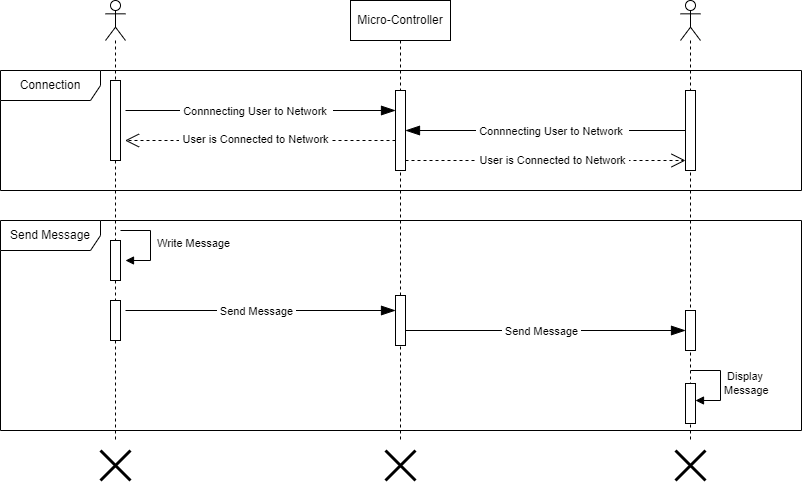
Earlier version of the draw.io export Figures/Sequence Diagram/Images/Sending Message.png (imharris24/AndroCom-Android). Source tidied: cells renumbered, new cells last; positions are measured from the earlier drawing's top-left corner, leaving out a move shared by most shapes.
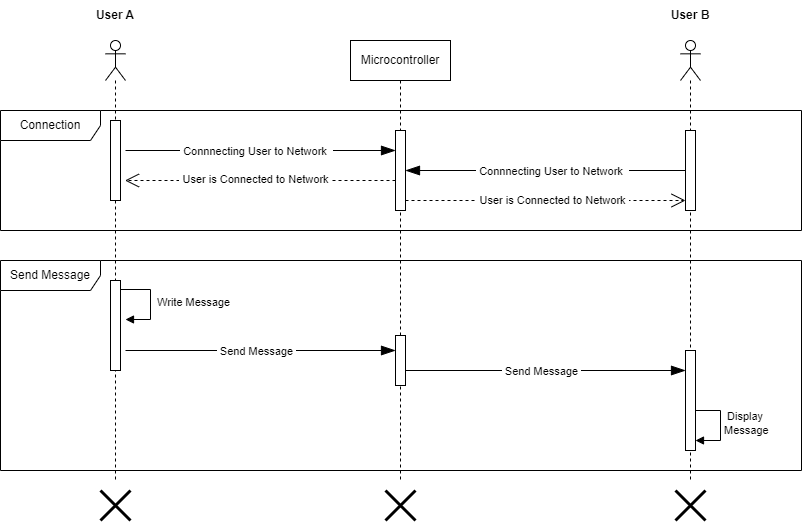
Later version of the same file.

What changed in the source:
```diff
@@ -2,7 +2,7 @@
   <root>
     <mxCell id="0" />
     <mxCell id="1" parent="0" />
-    <mxCell id="2" value="Micro-Controller" style="shape=umlLifeline;perimeter=lifelinePerimeter;whiteSpace=wrap;html=1;newEdgeStyle={&quot;edgeStyle&quot;:&quot;elbowEdgeStyle&quot;,&quot;elbow&quot;:&quot;vertical&quot;,&quot;curved&quot;:0,&quot;rounded&quot;:0};" parent="1" vertex="1">
+    <mxCell id="2" value="Microcontroller" style="shape=umlLifeline;perimeter=lifelinePerimeter;whiteSpace=wrap;html=1;newEdgeStyle={&quot;edgeStyle&quot;:&quot;elbowEdgeStyle&quot;,&quot;elbow&quot;:&quot;vertical&quot;,&quot;curved&quot;:0,&quot;rounded&quot;:0};" parent="1" vertex="1">
       <mxGeometry x="350" width="100" height="440" as="geometry" />
     </mxCell>
     <mxCell id="3" style="html=1;perimeter=orthogonalPerimeter;targetShapes=umlLifeline;newEdgeStyle={&quot;curved&quot;:0,&quot;rounded&quot;:0};" parent="2" vertex="1">
@@ -15,11 +15,8 @@
       <mxGeometry x="5" y="80" width="10" height="80" as="geometry" />
     </mxCell>
     <mxCell id="6" style="html=1;perimeter=orthogonalPerimeter;targetShapes=umlLifeline;newEdgeStyle={&quot;curved&quot;:0,&quot;rounded&quot;:0};" parent="4" vertex="1">
-      <mxGeometry x="5" y="240" width="10" height="40" as="geometry" />
+      <mxGeometry x="5" y="240" width="10" height="90" as="geometry" />
     </mxCell>
-    <mxCell id="7" style="html=1;perimeter=orthogonalPerimeter;targetShapes=umlLifeline;newEdgeStyle={&quot;curved&quot;:0,&quot;rounded&quot;:0};" parent="4" vertex="1">
-      <mxGeometry x="5" y="300" width="10" height="40" as="geometry" />
-    </mxCell>
     <mxCell id="8" style="shape=umlDestroy;whiteSpace=wrap;html=1;strokeWidth=3;targetShapes=umlLifeline;" parent="1" vertex="1">
       <mxGeometry x="100" y="450" width="30" height="30" as="geometry" />
     </mxCell>
@@ -29,23 +26,21 @@
     <mxCell id="10" style="shape=umlLifeline;perimeter=lifelinePerimeter;whiteSpace=wrap;html=1;newEdgeStyle={&quot;curved&quot;:0,&quot;rounded&quot;:0};participant=umlActor;" parent="1" vertex="1">
       <mxGeometry x="680" width="20" height="440" as="geometry" />
     </mxCell>
+    <mxCell id="14" value="&amp;nbsp;Display &lt;br&gt;Message&amp;nbsp;" style="html=1;align=left;spacingLeft=2;endArrow=block;rounded=0;edgeStyle=orthogonalEdgeStyle;curved=0;rounded=0;" parent="10" edge="1">
+      <mxGeometry relative="1" as="geometry">
+        <mxPoint x="10" y="370" as="sourcePoint" />
+        <mxPoint x="15" y="400" as="targetPoint" />
+        <Array as="points">
+          <mxPoint x="40" y="400" />
+        </Array>
+      </mxGeometry>
+    </mxCell>
     <mxCell id="11" style="html=1;points=[[0,0,0,0,5],[0,1,0,0,-5],[1,0,0,0,5],[1,1,0,0,-5]];perimeter=orthogonalPerimeter;outlineConnect=0;targetShapes=umlLifeline;portConstraint=eastwest;newEdgeStyle={&quot;curved&quot;:0,&quot;rounded&quot;:0};" parent="10" vertex="1">
       <mxGeometry x="5" y="90" width="10" height="80" as="geometry" />
     </mxCell>
     <mxCell id="12" style="html=1;points=[[0,0,0,0,5],[0,1,0,0,-5],[1,0,0,0,5],[1,1,0,0,-5]];perimeter=orthogonalPerimeter;outlineConnect=0;targetShapes=umlLifeline;portConstraint=eastwest;newEdgeStyle={&quot;curved&quot;:0,&quot;rounded&quot;:0};" parent="10" vertex="1">
-      <mxGeometry x="5" y="310" width="10" height="40" as="geometry" />
+      <mxGeometry x="5" y="310" width="10" height="100" as="geometry" />
     </mxCell>
-    <mxCell id="13" style="html=1;points=[[0,0,0,0,5],[0,1,0,0,-5],[1,0,0,0,5],[1,1,0,0,-5]];perimeter=orthogonalPerimeter;outlineConnect=0;targetShapes=umlLifeline;portConstraint=eastwest;newEdgeStyle={&quot;curved&quot;:0,&quot;rounded&quot;:0};" parent="10" vertex="1">
-      <mxGeometry x="5" y="383" width="10" height="40" as="geometry" />
-    </mxCell>
-    <mxCell id="14" value="&amp;nbsp;Display &lt;br&gt;Message&amp;nbsp;" style="html=1;align=left;spacingLeft=2;endArrow=block;rounded=0;edgeStyle=orthogonalEdgeStyle;curved=0;rounded=0;" parent="10" edge="1" target="13">
-      <mxGeometry relative="1" as="geometry">
-        <mxPoint x="10" y="370" as="sourcePoint" />
-        <Array as="points">
-          <mxPoint x="40" y="400" />
-        </Array>
-      </mxGeometry>
-    </mxCell>
     <mxCell id="15" style="shape=umlDestroy;whiteSpace=wrap;html=1;strokeWidth=3;targetShapes=umlLifeline;" parent="1" vertex="1">
       <mxGeometry x="675" y="450" width="30" height="30" as="geometry" />
     </mxCell>
@@ -109,10 +104,10 @@
     </mxCell>
     <mxCell id="28" value="&amp;nbsp;Write Message" style="html=1;align=left;spacingLeft=2;endArrow=block;rounded=0;edgeStyle=orthogonalEdgeStyle;curved=0;rounded=0;" parent="1" edge="1">
       <mxGeometry relative="1" as="geometry">
-        <mxPoint x="120" y="230" as="sourcePoint" />
-        <mxPoint x="125" y="260" as="targetPoint" />
+        <mxPoint x="120" y="249" as="sourcePoint" />
+        <mxPoint x="125" y="279" as="targetPoint" />
         <Array as="points">
-          <mxPoint x="150" y="260" />
+          <mxPoint x="150" y="279" />
         </Array>
       </mxGeometry>
     </mxCell>
@@ -129,5 +124,11 @@
     <mxCell id="31" value="Send Message" style="shape=umlFrame;whiteSpace=wrap;html=1;width=100;height=30;" parent="1" vertex="1">
       <mxGeometry y="220" width="801" height="210" as="geometry" />
     </mxCell>
+    <mxCell id="32" value="&lt;b style=&quot;border-color: var(--border-color);&quot;&gt;User A&lt;/b&gt;" style="text;html=1;strokeColor=none;fillColor=none;align=center;verticalAlign=middle;whiteSpace=wrap;rounded=0;" parent="1" vertex="1">
+      <mxGeometry x="85" y="-40" width="60" height="30" as="geometry" />
+    </mxCell>
+    <mxCell id="33" value="&lt;b style=&quot;border-color: var(--border-color);&quot;&gt;User B&lt;/b&gt;" style="text;html=1;strokeColor=none;fillColor=none;align=center;verticalAlign=middle;whiteSpace=wrap;rounded=0;" parent="1" vertex="1">
+      <mxGeometry x="660" y="-40" width="60" height="30" as="geometry" />
+    </mxCell>
   </root>
 </mxGraphModel>
```
